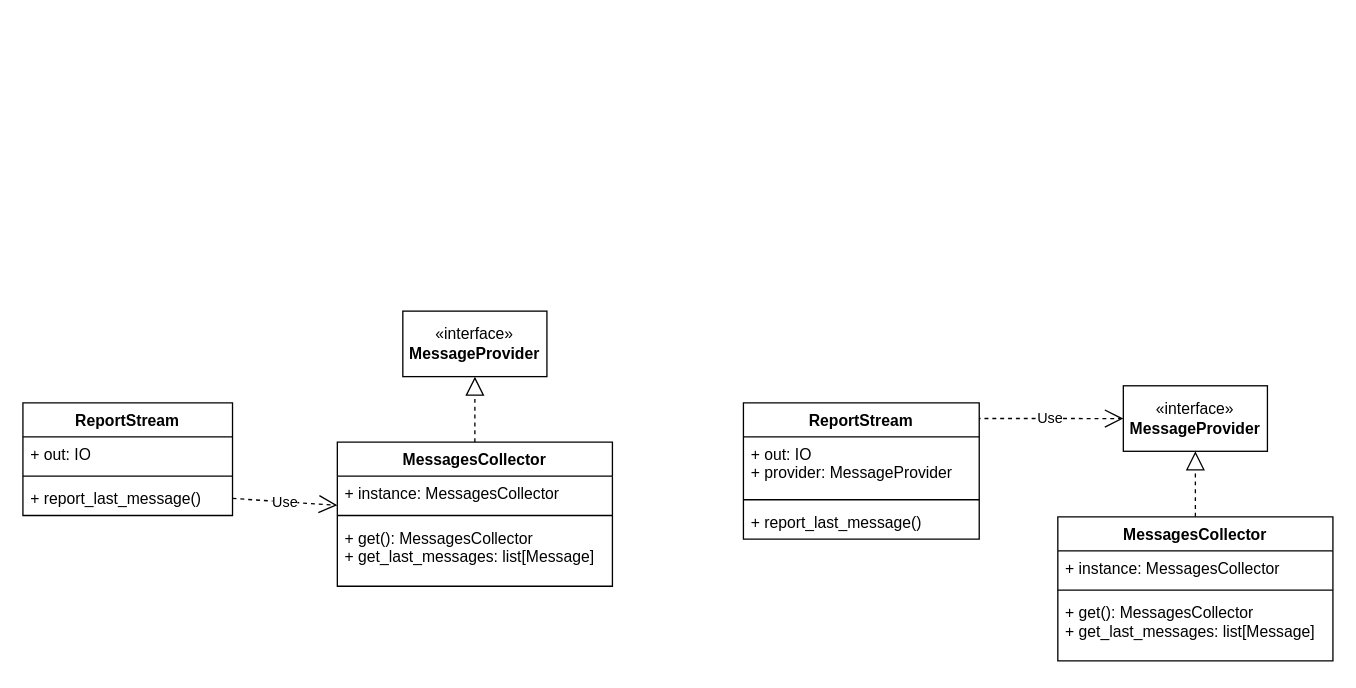
Earlier version of the draw.io diagram page "Page-1" (1 of 7) of drawio/testability.drawio (Envol2023/refactoring). Source tidied: cells renumbered, new cells numbered last; positions are measured from the earlier drawing's top-left corner, leaving out a move shared by most shapes. Both pictures are drawn from the tidied source at 131%, with x=0, y=0 at pixel (22, 310).
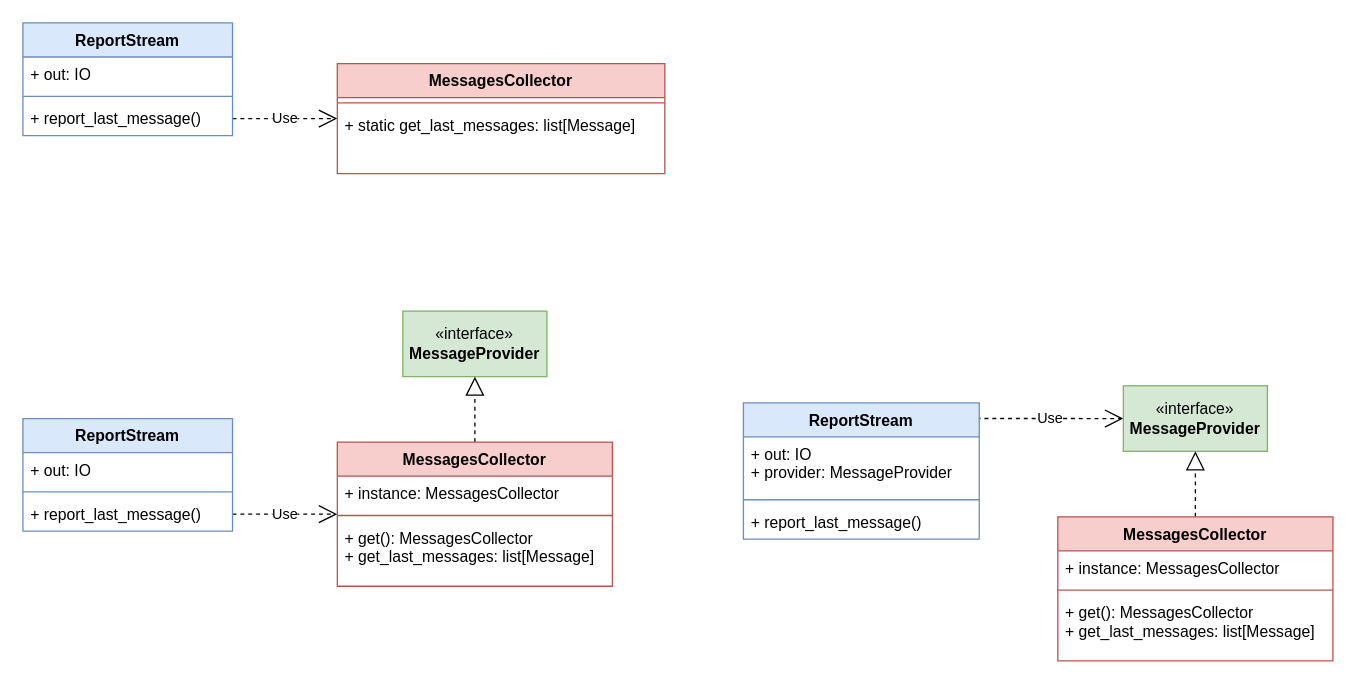
The same page after the edit.

Change to the diagram source:
```diff
@@
-    <mxCell id="3" value="«interface»&lt;br&gt;&lt;b&gt;MessageProvider&lt;/b&gt;" style="html=1;whiteSpace=wrap;" parent="1" vertex="1">
+    <mxCell id="3" value="«interface»&lt;br&gt;&lt;b&gt;MessageProvider&lt;/b&gt;" style="html=1;whiteSpace=wrap;fillColor=#d5e8d4;strokeColor=#82b366;" parent="1" vertex="1">
       <mxGeometry x="290" width="110" height="50" as="geometry" />
     </mxCell>
@@
-    <mxCell id="5" value="MessagesCollector" style="swimlane;fontStyle=1;align=center;verticalAlign=top;horizontal=1;startSize=26;whiteSpace=wrap;html=1;" parent="1" vertex="1">
+    <mxCell id="5" value="MessagesCollector" style="swimlane;fontStyle=1;align=center;verticalAlign=top;horizontal=1;startSize=26;whiteSpace=wrap;html=1;fillColor=#f8cecc;strokeColor=#b85450;" parent="1" vertex="1">
       <mxGeometry x="240" y="100" width="210" height="110" as="geometry" />
     </mxCell>
@@
-    <mxCell id="9" value="ReportStream" style="swimlane;fontStyle=1;align=center;verticalAlign=top;horizontal=1;startSize=26;whiteSpace=wrap;html=1;" parent="1" vertex="1">
-      <mxGeometry y="70" width="160" height="86" as="geometry" />
+    <mxCell id="9" value="ReportStream" style="swimlane;fontStyle=1;align=center;verticalAlign=top;horizontal=1;startSize=26;whiteSpace=wrap;html=1;fillColor=#dae8fc;strokeColor=#6c8ebf;" parent="1" vertex="1">
+      <mxGeometry y="82" width="160" height="86" as="geometry" />
     </mxCell>
@@
-    <mxCell id="14" value="«interface»&lt;br&gt;&lt;b&gt;MessageProvider&lt;/b&gt;" style="html=1;whiteSpace=wrap;" parent="1" vertex="1">
+    <mxCell id="14" value="«interface»&lt;br&gt;&lt;b&gt;MessageProvider&lt;/b&gt;" style="html=1;whiteSpace=wrap;fillColor=#d5e8d4;strokeColor=#82b366;" parent="1" vertex="1">
       <mxGeometry x="840" y="57" width="110" height="50" as="geometry" />
     </mxCell>
@@
-    <mxCell id="16" value="MessagesCollector" style="swimlane;fontStyle=1;align=center;verticalAlign=top;horizontal=1;startSize=26;whiteSpace=wrap;html=1;" parent="1" vertex="1">
+    <mxCell id="16" value="MessagesCollector" style="swimlane;fontStyle=1;align=center;verticalAlign=top;horizontal=1;startSize=26;whiteSpace=wrap;html=1;fillColor=#f8cecc;strokeColor=#b85450;" parent="1" vertex="1">
       <mxGeometry x="790" y="157" width="210" height="110" as="geometry" />
     </mxCell>
@@
-    <mxCell id="20" value="ReportStream" style="swimlane;fontStyle=1;align=center;verticalAlign=top;horizontal=1;startSize=26;whiteSpace=wrap;html=1;" parent="1" vertex="1">
+    <mxCell id="20" value="ReportStream" style="swimlane;fontStyle=1;align=center;verticalAlign=top;horizontal=1;startSize=26;whiteSpace=wrap;html=1;fillColor=#dae8fc;strokeColor=#6c8ebf;" parent="1" vertex="1">
       <mxGeometry x="550" y="70" width="180" height="104" as="geometry" />
     </mxCell>
@@
+    <mxCell id="24" value="Use" style="endArrow=open;endSize=12;dashed=1;html=1;exitX=1;exitY=0.5;exitDx=0;exitDy=0;" parent="1" edge="1" source="31" target="25">
+      <mxGeometry relative="1" as="geometry" />
+    </mxCell>
+    <mxCell id="25" value="MessagesCollector" style="swimlane;fontStyle=1;align=center;verticalAlign=top;horizontal=1;startSize=26;whiteSpace=wrap;html=1;fillColor=#f8cecc;strokeColor=#b85450;" parent="1" vertex="1">
+      <mxGeometry x="240" y="-189" width="250" height="84" as="geometry" />
+    </mxCell>
+    <mxCell id="26" style="line;strokeWidth=1;fillColor=none;align=left;verticalAlign=middle;spacingTop=-1;spacingLeft=3;spacingRight=3;labelPosition=right;strokeColor=inherit;" parent="25" vertex="1">
+      <mxGeometry y="26" width="250" height="8" as="geometry" />
+    </mxCell>
+    <mxCell id="27" value="+ static get_last_messages: list[Message]" style="text;strokeColor=none;fillColor=none;align=left;verticalAlign=top;spacingLeft=4;spacingRight=4;overflow=hidden;whiteSpace=wrap;html=1;" parent="25" vertex="1">
+      <mxGeometry y="34" width="250" height="50" as="geometry" />
+    </mxCell>
+    <mxCell id="28" value="ReportStream" style="swimlane;fontStyle=1;align=center;verticalAlign=top;horizontal=1;startSize=26;whiteSpace=wrap;html=1;fillColor=#dae8fc;strokeColor=#6c8ebf;" parent="1" vertex="1">
+      <mxGeometry y="-220" width="160" height="86" as="geometry" />
+    </mxCell>
+    <mxCell id="29" value="+ out: IO" style="text;strokeColor=none;fillColor=none;align=left;verticalAlign=top;spacingLeft=4;spacingRight=4;overflow=hidden;whiteSpace=wrap;html=1;" parent="28" vertex="1">
+      <mxGeometry y="26" width="160" height="26" as="geometry" />
+    </mxCell>
+    <mxCell id="30" style="line;strokeWidth=1;fillColor=none;align=left;verticalAlign=middle;spacingTop=-1;spacingLeft=3;spacingRight=3;labelPosition=right;strokeColor=inherit;" parent="28" vertex="1">
+      <mxGeometry y="52" width="160" height="8" as="geometry" />
+    </mxCell>
+    <mxCell id="31" value="+ report_last_message()" style="text;strokeColor=none;fillColor=none;align=left;verticalAlign=top;spacingLeft=4;spacingRight=4;overflow=hidden;points=[[0,0.5],[1,0.5]];portConstraint=eastwest;whiteSpace=wrap;html=1;" parent="28" vertex="1">
+      <mxGeometry y="60" width="160" height="26" as="geometry" />
+    </mxCell>
```
